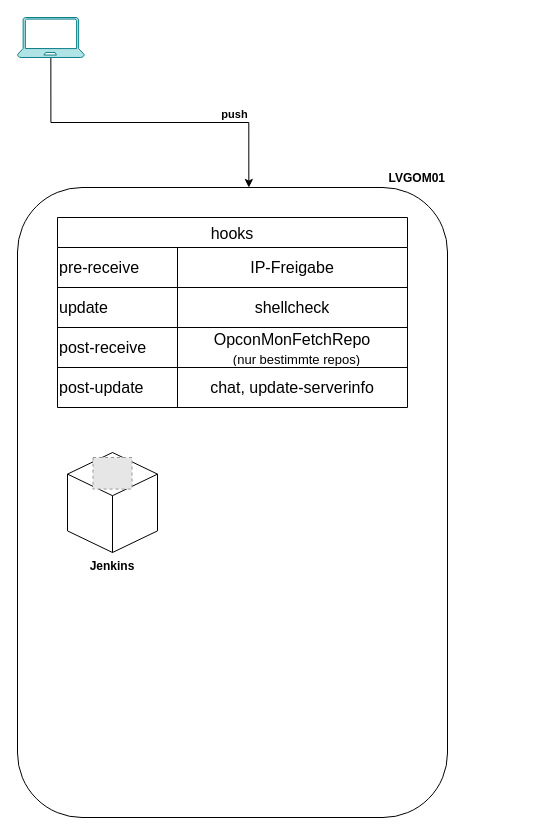
This is Unbenanntes Diagramm.drawio from sueswe/dotfiles, a draw.io file, before an edit. Source tidied: cells renumbered, new cells numbered last; positions are measured from the earlier drawing's top-left corner, leaving out a move shared by most shapes. Both pictures are drawn from the tidied source at 100%, with x=0, y=0 at pixel (17, 17). Pictures stored in the file or linked from it are replaced by grey dashed boxes.
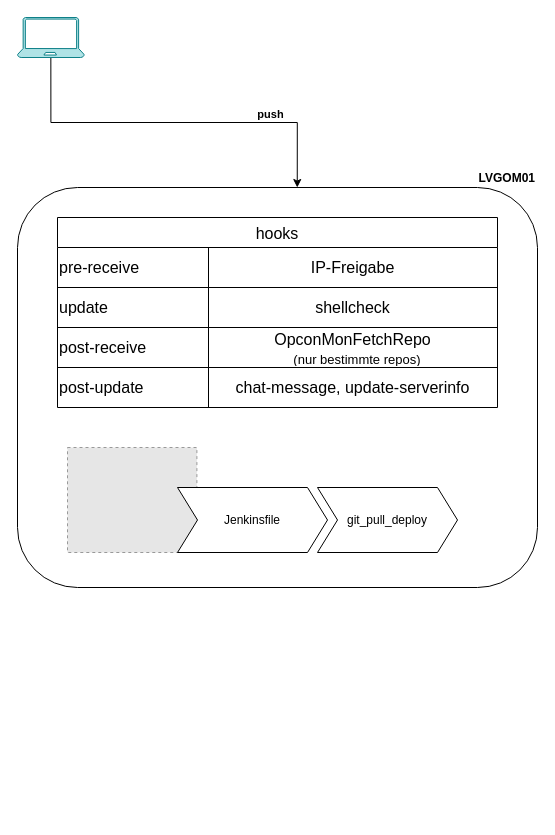
Above is the later version.

Commit message:
Jenkins Icon

The edit, as a diff of the source:
```diff
@@
     <mxCell id="5" value="&lt;b&gt;LVGOM01&lt;/b&gt;" style="rounded=1;whiteSpace=wrap;html=1;verticalAlign=bottom;align=right;horizontal=1;labelPosition=center;verticalLabelPosition=top;" parent="1" vertex="1">
-      <mxGeometry y="170" width="430" height="630" as="geometry" />
+      <mxGeometry y="170" width="520" height="400" as="geometry" />
     </mxCell>
     <mxCell id="6" value="hooks" style="shape=table;startSize=30;childLayout=tableLayout;strokeColor=default;fontSize=16;" parent="1" vertex="1">
-      <mxGeometry x="40" y="200" width="350" height="190" as="geometry" />
+      <mxGeometry x="40" y="200" width="440" height="190" as="geometry" />
     </mxCell>
     <mxCell id="7" style="shape=tableRow;horizontal=0;startSize=0;swimlaneHead=0;swimlaneBody=0;strokeColor=inherit;top=0;left=0;bottom=0;right=0;fillColor=none;fontSize=16;" parent="6" vertex="1">
-      <mxGeometry y="30" width="350" height="40" as="geometry" />
+      <mxGeometry y="30" width="440" height="40" as="geometry" />
     </mxCell>
     <mxCell id="8" value="pre-receive" style="shape=partialRectangle;html=1;whiteSpace=wrap;strokeColor=inherit;overflow=hidden;fillColor=none;top=0;left=0;bottom=0;right=0;fontSize=16;align=left;" parent="7" vertex="1">
-      <mxGeometry width="120" height="40" as="geometry" />
+      <mxGeometry width="151" height="40" as="geometry" />
     </mxCell>
     <mxCell id="9" value="IP-Freigabe" style="shape=partialRectangle;html=1;whiteSpace=wrap;strokeColor=inherit;overflow=hidden;fillColor=none;top=0;left=0;bottom=0;right=0;fontSize=16;" parent="7" vertex="1">
-      <mxGeometry x="120" width="230" height="40" as="geometry" />
+      <mxGeometry x="151" width="289" height="40" as="geometry" />
     </mxCell>
     <mxCell id="10" style="shape=tableRow;horizontal=0;startSize=0;swimlaneHead=0;swimlaneBody=0;strokeColor=inherit;top=0;left=0;bottom=0;right=0;fillColor=none;fontSize=16;" parent="6" vertex="1">
-      <mxGeometry y="70" width="350" height="40" as="geometry" />
+      <mxGeometry y="70" width="440" height="40" as="geometry" />
     </mxCell>
     <mxCell id="11" value="update" style="shape=partialRectangle;html=1;whiteSpace=wrap;strokeColor=inherit;overflow=hidden;fillColor=none;top=0;left=0;bottom=0;right=0;fontSize=16;align=left;" parent="10" vertex="1">
-      <mxGeometry width="120" height="40" as="geometry" />
+      <mxGeometry width="151" height="40" as="geometry" />
     </mxCell>
     <mxCell id="12" value="shellcheck" style="shape=partialRectangle;html=1;whiteSpace=wrap;strokeColor=inherit;overflow=hidden;fillColor=none;top=0;left=0;bottom=0;right=0;fontSize=16;" parent="10" vertex="1">
-      <mxGeometry x="120" width="230" height="40" as="geometry" />
+      <mxGeometry x="151" width="289" height="40" as="geometry" />
     </mxCell>
     <mxCell id="13" style="shape=tableRow;horizontal=0;startSize=0;swimlaneHead=0;swimlaneBody=0;strokeColor=inherit;top=0;left=0;bottom=0;right=0;fillColor=none;fontSize=16;" parent="6" vertex="1">
-      <mxGeometry y="110" width="350" height="40" as="geometry" />
+      <mxGeometry y="110" width="440" height="40" as="geometry" />
     </mxCell>
     <mxCell id="14" value="post-receive" style="shape=partialRectangle;html=1;whiteSpace=wrap;strokeColor=inherit;overflow=hidden;fillColor=none;top=0;left=0;bottom=0;right=0;fontSize=16;align=left;" parent="13" vertex="1">
-      <mxGeometry width="120" height="40" as="geometry" />
+      <mxGeometry width="151" height="40" as="geometry" />
     </mxCell>
     <mxCell id="15" value="OpconMonFetchRepo&lt;br&gt;&amp;nbsp;&amp;nbsp;&lt;font style=&quot;font-size: 13px;&quot;&gt;(nur bestimmte repos)&lt;/font&gt;" style="shape=partialRectangle;html=1;whiteSpace=wrap;strokeColor=inherit;overflow=hidden;fillColor=none;top=0;left=0;bottom=0;right=0;fontSize=16;" parent="13" vertex="1">
-      <mxGeometry x="120" width="230" height="40" as="geometry" />
+      <mxGeometry x="151" width="289" height="40" as="geometry" />
     </mxCell>
     <mxCell id="16" style="shape=tableRow;horizontal=0;startSize=0;swimlaneHead=0;swimlaneBody=0;strokeColor=inherit;top=0;left=0;bottom=0;right=0;fillColor=none;fontSize=16;" parent="6" vertex="1">
-      <mxGeometry y="150" width="350" height="40" as="geometry" />
+      <mxGeometry y="150" width="440" height="40" as="geometry" />
     </mxCell>
     <mxCell id="17" value="post-update" style="shape=partialRectangle;html=1;whiteSpace=wrap;strokeColor=inherit;overflow=hidden;fillColor=none;top=0;left=0;bottom=0;right=0;fontSize=16;align=left;" parent="16" vertex="1">
-      <mxGeometry width="120" height="40" as="geometry" />
+      <mxGeometry width="151" height="40" as="geometry" />
     </mxCell>
-    <mxCell id="18" value="chat, update-serverinfo" style="shape=partialRectangle;html=1;whiteSpace=wrap;strokeColor=inherit;overflow=hidden;fillColor=none;top=0;left=0;bottom=0;right=0;fontSize=16;" parent="16" vertex="1">
-      <mxGeometry x="120" width="230" height="40" as="geometry" />
+    <mxCell id="18" value="chat-message, update-serverinfo" style="shape=partialRectangle;html=1;whiteSpace=wrap;strokeColor=inherit;overflow=hidden;fillColor=none;top=0;left=0;bottom=0;right=0;fontSize=16;" parent="16" vertex="1">
+      <mxGeometry x="151" width="289" height="40" as="geometry" />
     </mxCell>
-    <mxCell id="19" value="Jenkins" style="html=1;whiteSpace=wrap;shape=isoCube2;backgroundOutline=1;isoAngle=15;fontStyle=1;verticalAlign=top;labelPosition=center;verticalLabelPosition=bottom;align=center;" parent="1" vertex="1">
-      <mxGeometry x="50" y="435" width="90" height="100" as="geometry" />
-    </mxCell>
     <mxCell id="20" style="fillColor=#E6E6E6;strokeColor=#999999;dashed=1;verticalLabelPosition=bottom;verticalAlign=top;" parent="1" vertex="1">
-      <mxGeometry x="75.5" y="440" width="39" height="31.6" as="geometry" />
+      <mxGeometry x="50" y="430" width="129.4" height="105" as="geometry" />
     </mxCell>
+    <mxCell id="21" value="Jenkinsfile" style="shape=step;perimeter=stepPerimeter;whiteSpace=wrap;html=1;fixedSize=1;" parent="1" vertex="1">
+      <mxGeometry x="160" y="470" width="150" height="65" as="geometry" />
+    </mxCell>
+    <mxCell id="22" value="git_pull_deploy" style="shape=step;perimeter=stepPerimeter;whiteSpace=wrap;html=1;fixedSize=1;" parent="1" vertex="1">
+      <mxGeometry x="300" y="470" width="140" height="65" as="geometry" />
+    </mxCell>
```
